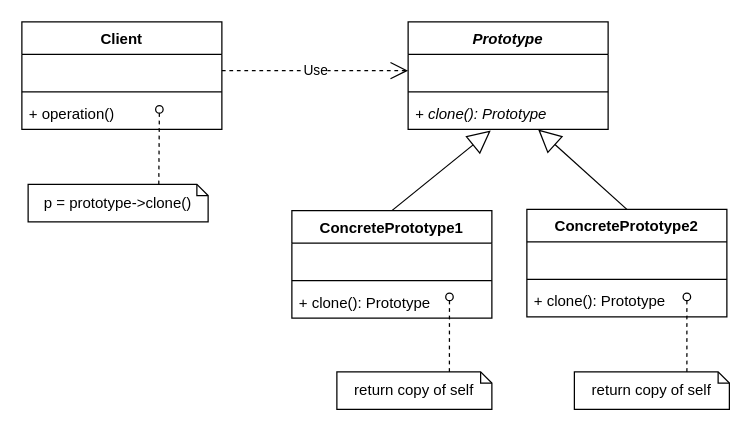
Earlier version of the draw.io diagram src/main/java/GoF/creational/prototype/imgs/Prototype.drawio (NinaWan/DesignPattern). Source tidied: cells renumbered, new cells numbered last; positions are measured from the earlier drawing's top-left corner, leaving out a move shared by most shapes. Both pictures are drawn from the tidied source at 125%, with x=0, y=0 at pixel (21, 21).
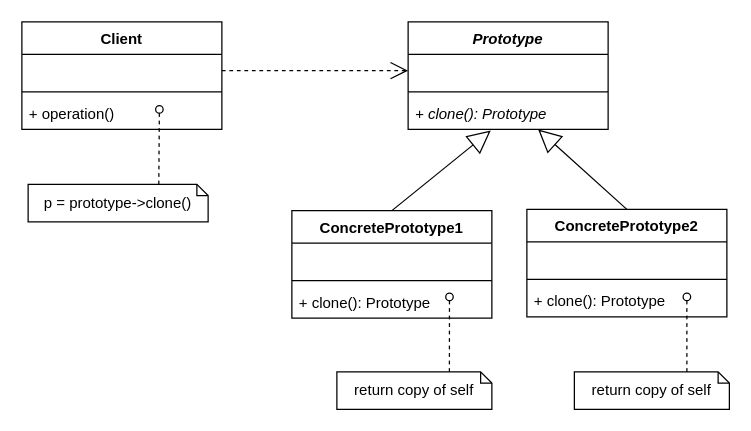
After the change.

Unchanged cells that the change refers to:
```xml
<mxCell id="3" value="&amp;nbsp;" style="text;strokeColor=none;fillColor=none;align=left;verticalAlign=top;spacingLeft=4;spacingRight=4;overflow=hidden;points=[[0,0.5],[1,0.5]];portConstraint=eastwest;whiteSpace=wrap;html=1;" parent="2" vertex="1">
  <mxGeometry y="26" width="160" height="26" as="geometry" />
</mxCell>
<mxCell id="21" value="&amp;nbsp;" style="text;strokeColor=none;fillColor=none;align=left;verticalAlign=top;spacingLeft=4;spacingRight=4;overflow=hidden;points=[[0,0.5],[1,0.5]];portConstraint=eastwest;whiteSpace=wrap;html=1;" parent="20" vertex="1">
  <mxGeometry y="26" width="160" height="26" as="geometry" />
</mxCell>
```

Diff of the diagram source:
```diff
@@
-    <mxCell id="26" value="Use" style="endArrow=open;endSize=12;dashed=1;html=1;rounded=0;exitX=1;exitY=0.5;exitDx=0;exitDy=0;entryX=0;entryY=0.5;entryDx=0;entryDy=0;" parent="1" edge="1" source="21" target="3">
+    <mxCell id="26" style="endArrow=open;endSize=12;dashed=1;html=1;rounded=0;exitX=1;exitY=0.5;exitDx=0;exitDy=0;entryX=0;entryY=0.5;entryDx=0;entryDy=0;" parent="1" edge="1" source="21" target="3">
       <mxGeometry relative="1" as="geometry" />
     </mxCell>
```
